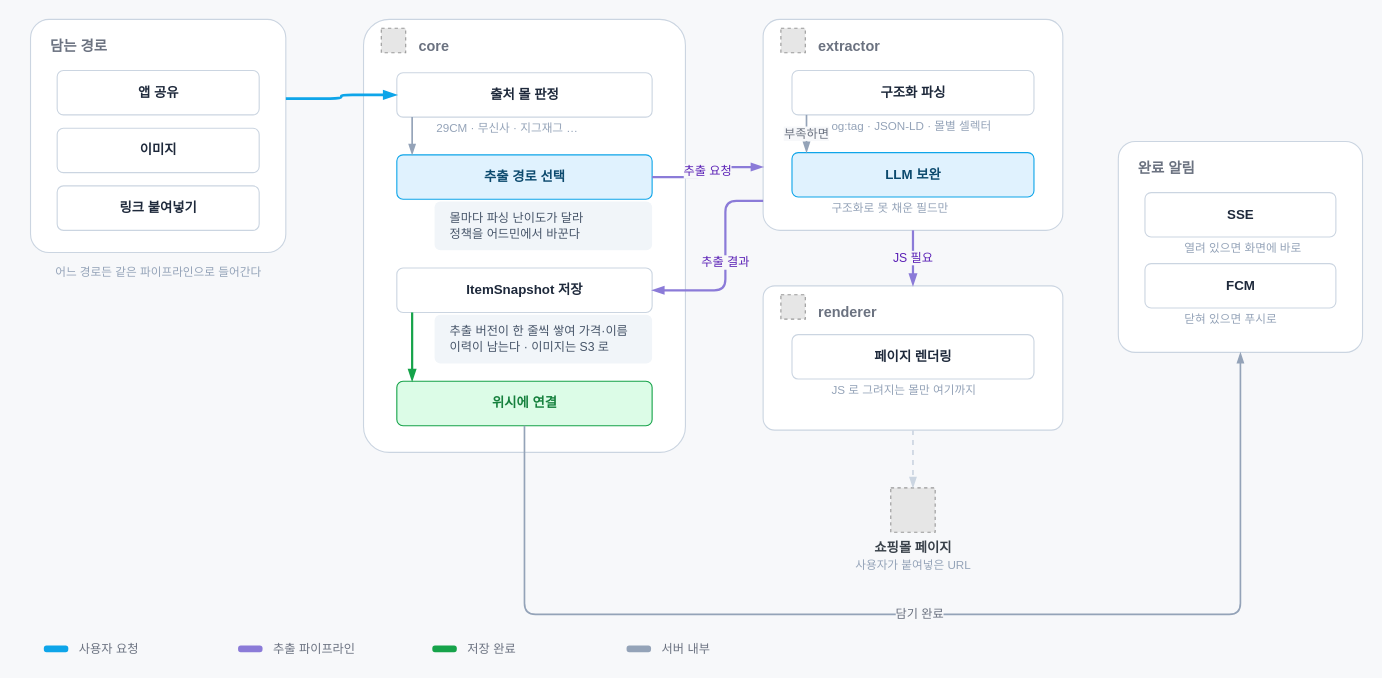
The draw.io diagram docs/architecture/piki-architecture-3-wishlist.drawio in TeamPiKi/core, before the edit. Source tidied: cells renumbered, new cells numbered last; positions are measured from the earlier drawing's top-left corner, leaving out a move shared by most shapes. Both pictures are drawn from the tidied source at 111%, with x=0, y=0 at pixel (19, 19). Pictures stored in the file or linked from it are replaced by grey dashed boxes.
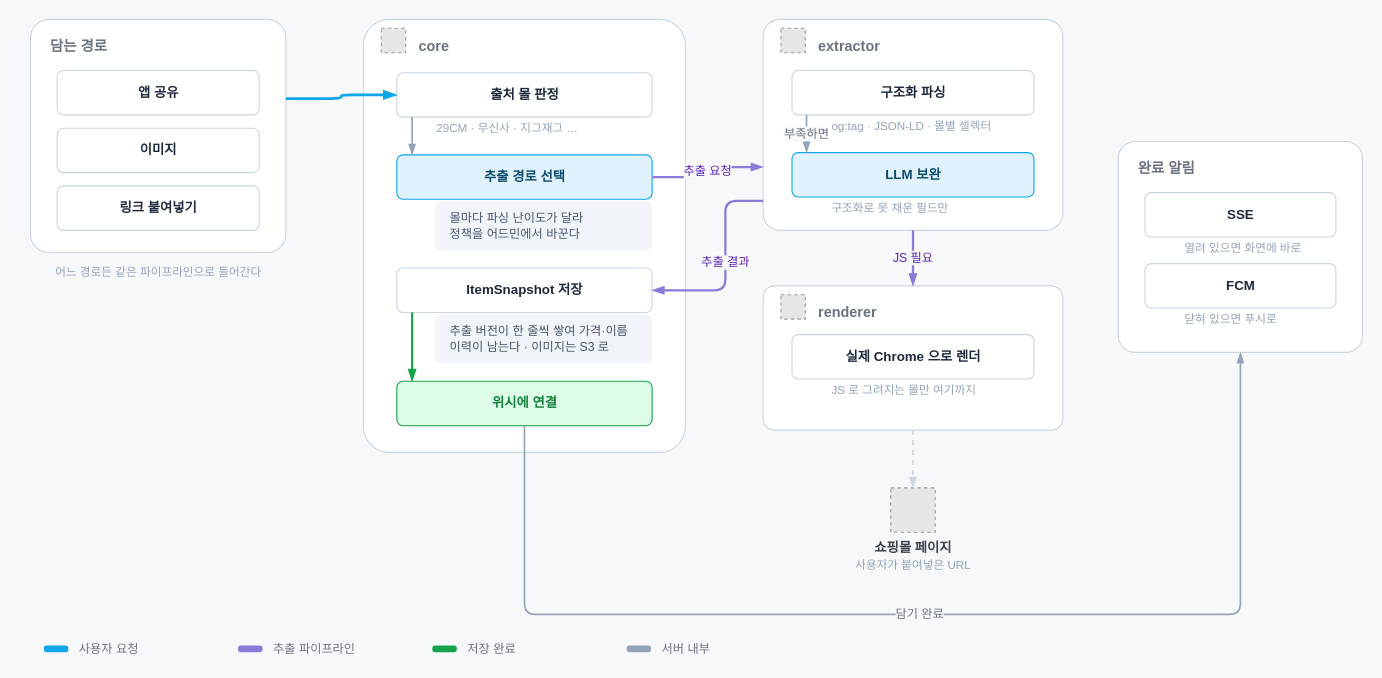
The same diagram, later.

The change refers to these unchanged cells:
```xml
<mxCell id="25" value="renderer" style="rounded=1;arcSize=8;fillColor=#FFFFFF;strokeColor=#CBD5E1;verticalAlign=top;align=left;spacingLeft=48;spacingTop=10;fontSize=13;fontColor=#6B7280;fontStyle=1;html=1;" parent="1" vertex="1">
  <mxGeometry x="670" y="240" width="270" height="130" as="geometry" />
</mxCell>
```

Diff of the diagram source:
```diff
@@
-    <mxCell id="27" value="페이지 렌더링" style="rounded=1;arcSize=14;fillColor=#FFFFFF;strokeColor=#CBD5E1;fontColor=#1E293B;fontSize=12;fontStyle=1;html=1;verticalAlign=middle;" parent="25" vertex="1">
+    <mxCell id="27" value="실제 Chrome 으로 렌더" style="rounded=1;arcSize=14;fillColor=#FFFFFF;strokeColor=#CBD5E1;fontColor=#1E293B;fontSize=12;fontStyle=1;html=1;verticalAlign=middle;" parent="25" vertex="1">
       <mxGeometry x="26" y="44" width="218" height="40" as="geometry" />
     </mxCell>
```
